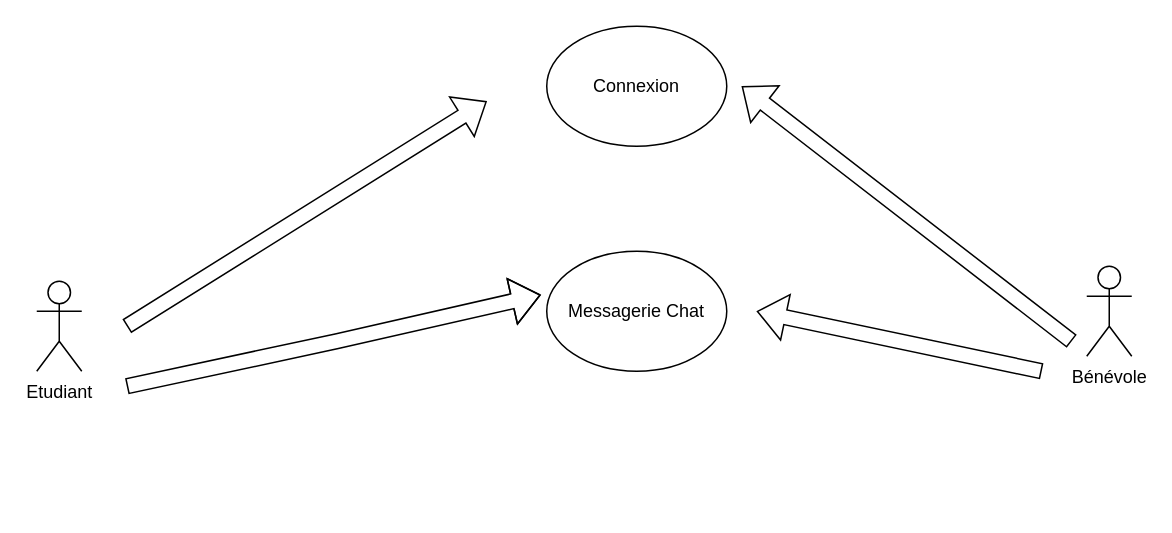
Earlier version of the draw.io diagram UseCase.drawio (pierrelouisabraham/Learn-home). Source tidied: cells renumbered, new cells numbered last; positions are measured from the earlier drawing's top-left corner, leaving out a move shared by most shapes. Both pictures are drawn from the tidied source at 150%, with x=0, y=0 at pixel (36, 26).
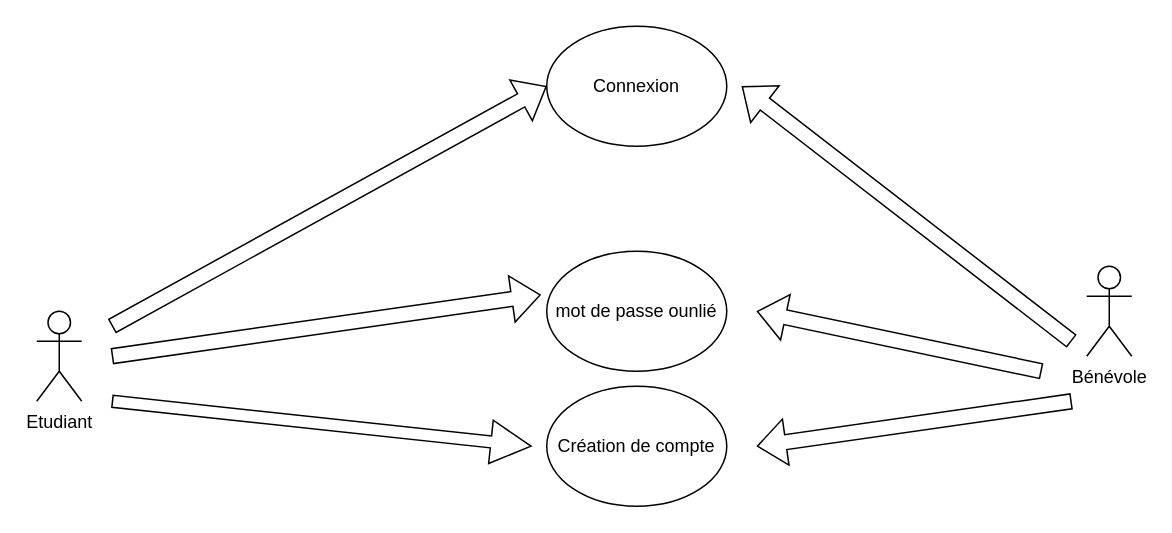
The same diagram, later.

What changed in the source:
```diff
@@
 <mxGraphModel>
   <root>
     <mxCell id="0" />
     <mxCell id="1" parent="0" />
     <mxCell id="2" value="Etudiant" style="shape=umlActor;verticalLabelPosition=bottom;verticalAlign=top;html=1;" parent="1" vertex="1">
-      <mxGeometry y="170" width="30" height="60" as="geometry" />
+      <mxGeometry y="190" width="30" height="60" as="geometry" />
     </mxCell>
     <mxCell id="3" value="Bénévole" style="shape=umlActor;verticalLabelPosition=bottom;verticalAlign=top;html=1;" parent="1" vertex="1">
       <mxGeometry x="700" y="160" width="30" height="60" as="geometry" />
     </mxCell>
     <mxCell id="4" value="Connexion" style="ellipse;whiteSpace=wrap;html=1;" parent="1" vertex="1">
       <mxGeometry x="340" width="120" height="80" as="geometry" />
     </mxCell>
-    <mxCell id="5" value="Messagerie Chat" style="ellipse;whiteSpace=wrap;html=1;" parent="1" vertex="1">
+    <mxCell id="5" value="mot de passe ounlié" style="ellipse;whiteSpace=wrap;html=1;" parent="1" vertex="1">
       <mxGeometry x="340" y="150" width="120" height="80" as="geometry" />
     </mxCell>
     <mxCell id="6" style="shape=flexArrow;endArrow=classic;html=1;rounded=0;" parent="1" edge="1">
       <mxGeometry relative="1" as="geometry">
-        <mxPoint x="60" y="200" as="sourcePoint" />
-        <mxPoint x="300" y="50" as="targetPoint" />
+        <mxPoint x="50" y="200" as="sourcePoint" />
+        <mxPoint x="340" y="40" as="targetPoint" />
       </mxGeometry>
     </mxCell>
     <mxCell id="7" style="shape=flexArrow;endArrow=classic;html=1;rounded=0;entryX=-0.033;entryY=0.363;entryDx=0;entryDy=0;entryPerimeter=0;" parent="1" edge="1" target="5">
       <mxGeometry relative="1" as="geometry">
-        <mxPoint x="60" y="240" as="sourcePoint" />
-        <Array as="points">
-          <mxPoint x="200" y="210" />
-        </Array>
+        <mxPoint x="50" y="220" as="sourcePoint" />
       </mxGeometry>
     </mxCell>
     <mxCell id="8" style="shape=flexArrow;endArrow=classic;html=1;rounded=0;" parent="1" edge="1">
       <mxGeometry relative="1" as="geometry">
         <mxPoint x="690" y="210" as="sourcePoint" />
         <mxPoint x="470" y="40" as="targetPoint" />
       </mxGeometry>
     </mxCell>
     <mxCell id="9" style="shape=flexArrow;endArrow=classic;html=1;rounded=0;" parent="1" edge="1">
       <mxGeometry relative="1" as="geometry">
         <mxPoint x="670" y="230" as="sourcePoint" />
         <mxPoint x="480" y="190" as="targetPoint" />
       </mxGeometry>
     </mxCell>
+    <mxCell id="10" value="Création de compte" style="ellipse;whiteSpace=wrap;html=1;" parent="1" vertex="1">
+      <mxGeometry x="340" y="240" width="120" height="80" as="geometry" />
+    </mxCell>
+    <mxCell id="11" style="shape=flexArrow;endArrow=classic;html=1;rounded=0;width=8;endSize=8.62;" parent="1" edge="1">
+      <mxGeometry relative="1" as="geometry">
+        <mxPoint x="50" y="250" as="sourcePoint" />
+        <mxPoint x="330" y="280" as="targetPoint" />
+      </mxGeometry>
+    </mxCell>
+    <mxCell id="12" style="shape=flexArrow;endArrow=classic;html=1;rounded=0;" parent="1" edge="1">
+      <mxGeometry relative="1" as="geometry">
+        <mxPoint x="690" y="250" as="sourcePoint" />
+        <mxPoint x="480" y="280" as="targetPoint" />
+      </mxGeometry>
+    </mxCell>
   </root>
 </mxGraphModel>
```
